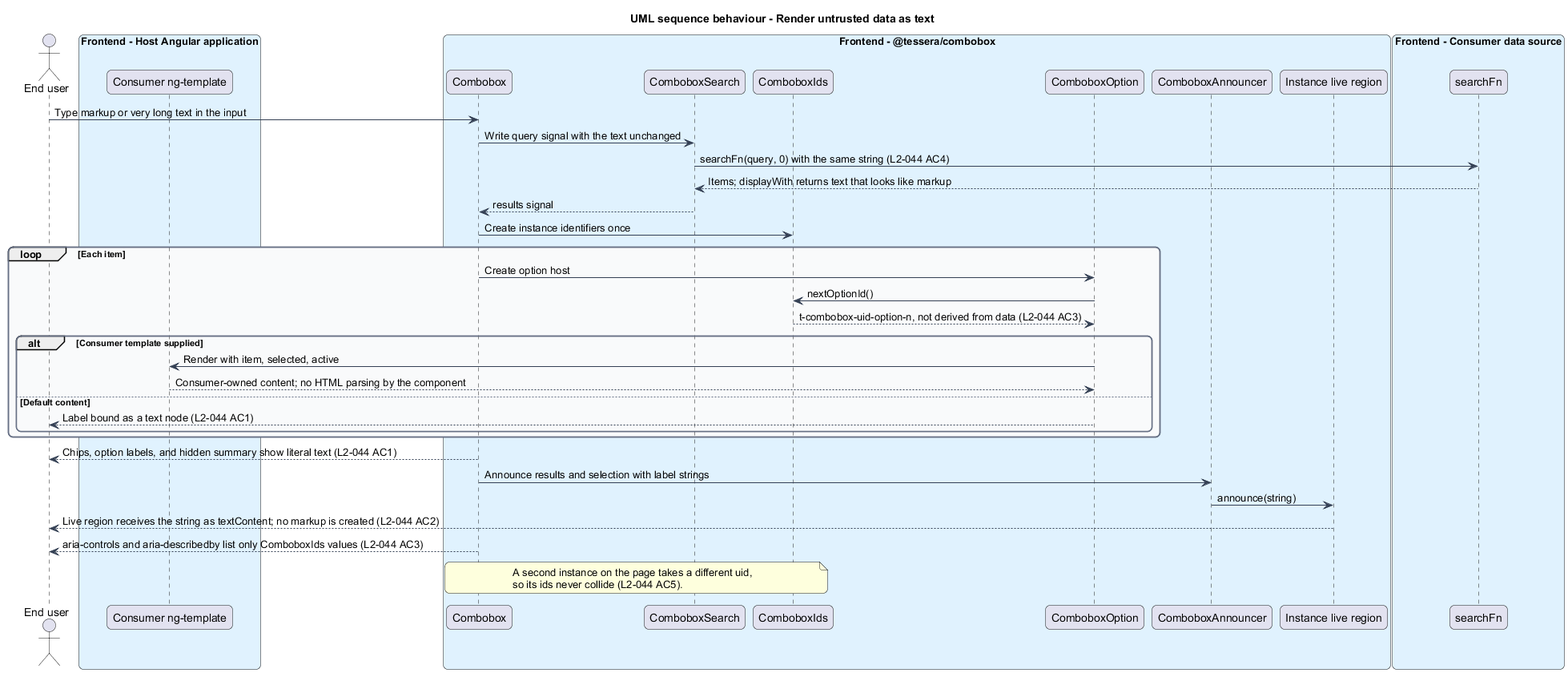
QuinntyneBrown/Tessera keeps this PlantUML diagram as docs/detailed-designs/combobox/secure-and-perform/diagrams/sequence-render-untrusted.png. Above is the earlier version.
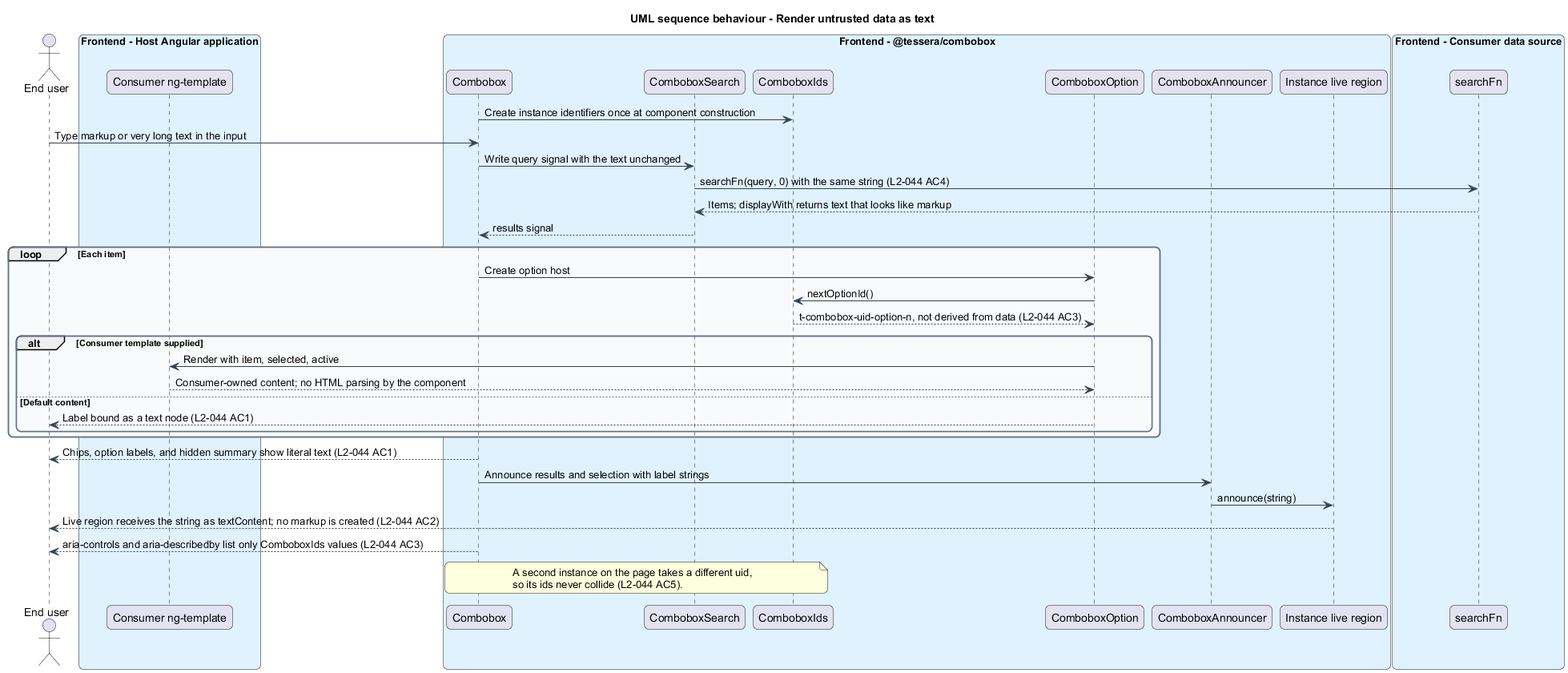
The same diagram one commit later.

Commit message:
docs: clarify untrusted combobox data rendering and review status

Change to the diagram source:
```diff
@@ -30,12 +30,12 @@
   participant "searchFn" as src
 end box
 
+cb -> ids : Create instance identifiers once at component construction
 user -> cb : Type markup or very long text in the input
 cb -> search : Write query signal with the text unchanged
 search -> src : searchFn(query, 0) with the same string (L2-044 AC4)
 src --> search : Items; displayWith returns text that looks like markup
 search --> cb : results signal
-cb -> ids : Create instance identifiers once
 loop Each item
   cb -> opt : Create option host
   opt -> ids : nextOptionId()
```
